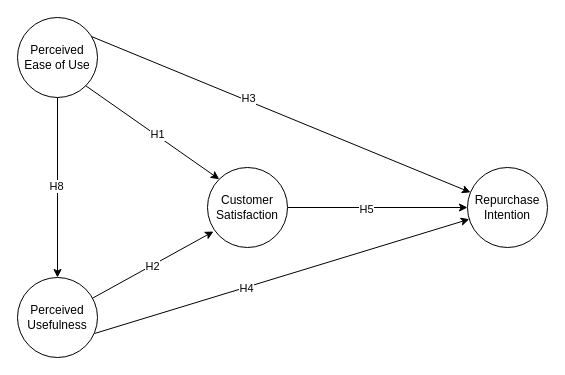
The draw.io diagram d1.drawio in FaberioFio/sfguide-tasty-bytes-zero-to-app-with-spcs, before the edit. Source tidied: cells renumbered, new cells numbered last; positions are measured from the earlier drawing's top-left corner, leaving out a move shared by most shapes. Both pictures are drawn from the tidied source at 100%, with x=0, y=0 at pixel (17, 17).
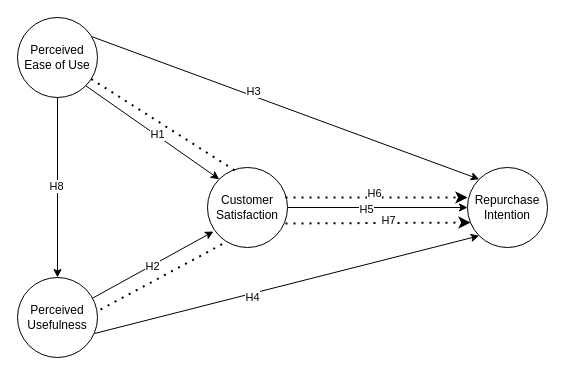
The same diagram, later.

Unchanged cells that the change refers to:
```xml
<mxCell id="14" value="Perceived Usefulness" style="ellipse;whiteSpace=wrap;html=1;" parent="1" vertex="1">
  <mxGeometry y="260" width="80" height="80" as="geometry" />
</mxCell>
<mxCell id="15" value="Perceived Ease of Use" style="ellipse;whiteSpace=wrap;html=1;" parent="1" vertex="1">
  <mxGeometry width="80" height="80" as="geometry" />
</mxCell>
<mxCell id="16" value="Customer Satisfaction" style="ellipse;whiteSpace=wrap;html=1;" parent="1" vertex="1">
  <mxGeometry x="190" y="150" width="80" height="80" as="geometry" />
</mxCell>
<mxCell id="17" value="Repurchase Intention" style="ellipse;whiteSpace=wrap;html=1;" parent="1" vertex="1">
  <mxGeometry x="450" y="150" width="80" height="80" as="geometry" />
</mxCell>
```

The edit, as a diff of the source:
```diff
@@
-    <mxCell id="10" style="endArrow=classic;html=1;rounded=0;exitX=0.925;exitY=0.238;exitDx=0;exitDy=0;exitPerimeter=0;" parent="1" edge="1" source="15" target="17">
+    <mxCell id="10" style="endArrow=classic;html=1;rounded=0;exitX=0.925;exitY=0.238;exitDx=0;exitDy=0;exitPerimeter=0;entryX=0;entryY=0;entryDx=0;entryDy=0;" parent="1" edge="1" source="15" target="17">
       <mxGeometry relative="1" as="geometry" />
     </mxCell>
@@
-    <mxCell id="12" style="endArrow=classic;html=1;rounded=0;exitX=0.963;exitY=0.7;exitDx=0;exitDy=0;exitPerimeter=0;" parent="1" edge="1" source="14" target="17">
+    <mxCell id="12" style="endArrow=classic;html=1;rounded=0;exitX=0.963;exitY=0.7;exitDx=0;exitDy=0;exitPerimeter=0;entryX=0;entryY=1;entryDx=0;entryDy=0;" parent="1" edge="1" source="14" target="17">
       <mxGeometry relative="1" as="geometry" />
     </mxCell>
@@
+    <mxCell id="18" style="endArrow=none;dashed=1;html=1;dashPattern=1 3;strokeWidth=2;rounded=0;entryX=0.363;entryY=0.05;entryDx=0;entryDy=0;entryPerimeter=0;" parent="1" edge="1" source="15" target="16">
+      <mxGeometry relative="1" as="geometry" />
+    </mxCell>
+    <mxCell id="19" style="endArrow=none;dashed=1;html=1;dashPattern=1 3;strokeWidth=2;rounded=0;exitX=1.038;exitY=0.4;exitDx=0;exitDy=0;exitPerimeter=0;entryX=0.2;entryY=0.95;entryDx=0;entryDy=0;entryPerimeter=0;" parent="1" edge="1" source="14" target="16">
+      <mxGeometry relative="1" as="geometry" />
+    </mxCell>
+    <mxCell id="20" style="endArrow=classic;dashed=1;html=1;dashPattern=1 3;strokeWidth=2;rounded=0;exitX=1.038;exitY=0.4;exitDx=0;exitDy=0;exitPerimeter=0;entryX=0;entryY=0.375;entryDx=0;entryDy=0;entryPerimeter=0;" parent="1" edge="1" target="17">
+      <mxGeometry relative="1" as="geometry">
+        <mxPoint x="268" y="180" as="sourcePoint" />
+      </mxGeometry>
+    </mxCell>
+    <mxCell id="21" value="H6" style="edgeLabel;html=1;align=center;verticalAlign=middle;" parent="20" vertex="1">
+      <mxGeometry x="-0.03" y="5" relative="1" as="geometry" />
+    </mxCell>
+    <mxCell id="22" style="endArrow=classic;dashed=1;html=1;dashPattern=1 3;strokeWidth=2;rounded=0;exitX=0.975;exitY=0.7;exitDx=0;exitDy=0;exitPerimeter=0;entryX=0.038;entryY=0.688;entryDx=0;entryDy=0;entryPerimeter=0;" parent="1" edge="1" source="16" target="17">
+      <mxGeometry relative="1" as="geometry" />
+    </mxCell>
+    <mxCell id="23" value="H7" style="edgeLabel;html=1;align=center;verticalAlign=middle;" parent="22" vertex="1">
+      <mxGeometry x="0.11" y="3" relative="1" as="geometry" />
+    </mxCell>
```
